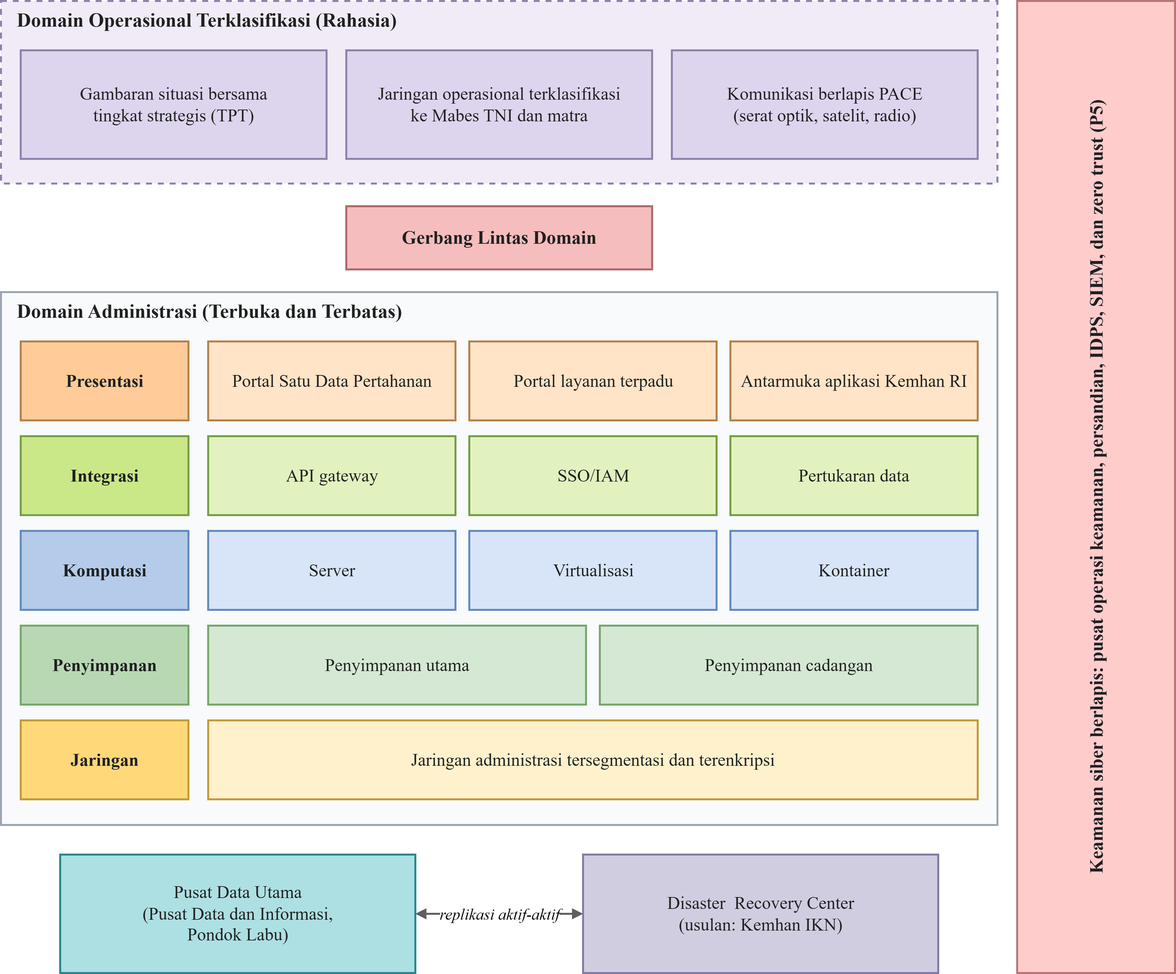
marcelsuanditambing/dera keeps this draw.io diagram as images/Gambar_IV.13_Arsitektur_Teknologi_Target_Berwarna.drawio.png. Above is the earlier version. Source tidied: cells renumbered, new cells last; positions are measured from the earlier drawing's top-left corner, leaving out a move shared by most shapes.
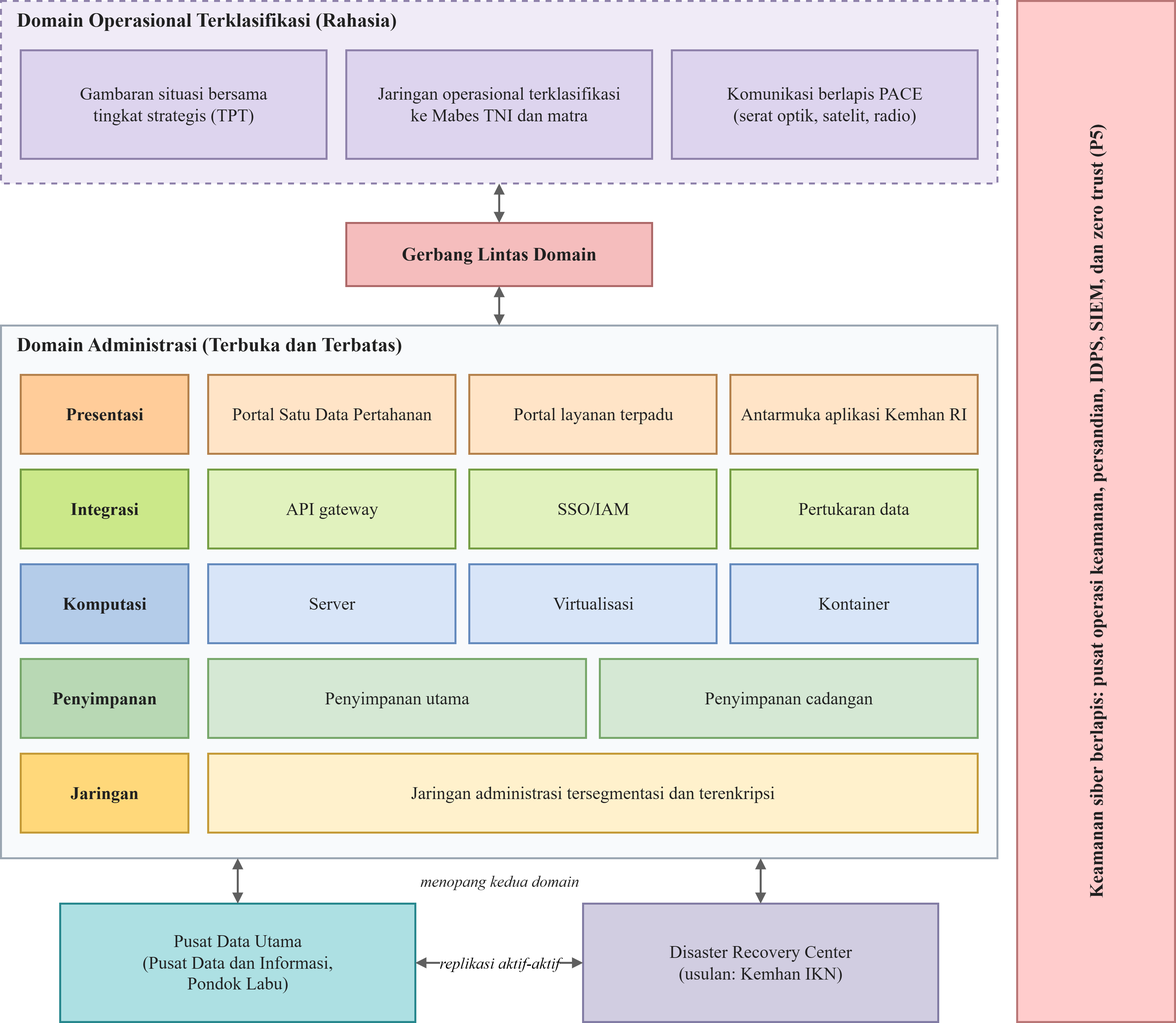
The same file after the commit.

Commit message:
Add Gambar IV.15 Roadmap Arsitektur Berwarna diagram image

What changed in the source:
```diff
@@ -3,19 +3,19 @@
     <mxCell id="0" />
     <mxCell id="1" parent="0" />
     <mxCell id="2" value="Domain Operasional Terklasifikasi (Rahasia)" style="rounded=0;html=1;dashed=1;strokeWidth=2;align=left;verticalAlign=top;spacingLeft=14;fontFamily=Roboto;fontStyle=1;fontSize=20;fillColor=#F0EBF7;strokeColor=#8F82AB;fontColor=#202020;" parent="1" vertex="1">
-      <mxGeometry width="1010" height="185" as="geometry" />
+      <mxGeometry y="-34" width="1010" height="185" as="geometry" />
     </mxCell>
     <mxCell id="3" value="Gambaran situasi bersama&lt;br&gt;tingkat strategis (TPT)" style="rounded=0;whiteSpace=wrap;html=1;strokeWidth=2;fontFamily=Times New Roman;fontSize=18;fillColor=#DDD4EE;strokeColor=#8F82AB;fontColor=#202020;" parent="1" vertex="1">
-      <mxGeometry x="20" y="50" width="310" height="110" as="geometry" />
+      <mxGeometry x="20" y="16" width="310" height="110" as="geometry" />
     </mxCell>
     <mxCell id="4" value="Jaringan operasional terklasifikasi&lt;br&gt;ke Mabes TNI dan matra" style="rounded=0;whiteSpace=wrap;html=1;strokeWidth=2;fontFamily=Times New Roman;fontSize=18;fillColor=#DDD4EE;strokeColor=#8F82AB;fontColor=#202020;" parent="1" vertex="1">
-      <mxGeometry x="350" y="50" width="310" height="110" as="geometry" />
+      <mxGeometry x="350" y="16" width="310" height="110" as="geometry" />
     </mxCell>
     <mxCell id="5" value="Komunikasi berlapis PACE&lt;br&gt;(serat optik, satelit, radio)" style="rounded=0;whiteSpace=wrap;html=1;strokeWidth=2;fontFamily=Times New Roman;fontSize=18;fillColor=#DDD4EE;strokeColor=#8F82AB;fontColor=#202020;" parent="1" vertex="1">
-      <mxGeometry x="680" y="50" width="310" height="110" as="geometry" />
+      <mxGeometry x="680" y="16" width="310" height="110" as="geometry" />
     </mxCell>
     <mxCell id="6" value="Gerbang Lintas Domain" style="rounded=0;whiteSpace=wrap;html=1;strokeWidth=2;fontFamily=Times New Roman;fontSize=19;fontStyle=1;fillColor=#F5BDBD;strokeColor=#AD6868;fontColor=#202020;" parent="1" vertex="1">
-      <mxGeometry x="350" y="208" width="310" height="64" as="geometry" />
+      <mxGeometry x="350" y="191" width="310" height="64" as="geometry" />
     </mxCell>
     <mxCell id="7" value="Domain Administrasi (Terbuka dan Terbatas)" style="rounded=0;html=1;strokeWidth=2;align=left;verticalAlign=top;spacingLeft=14;fontFamily=Roboto;fontStyle=1;fontSize=20;fillColor=#F8FAFC;strokeColor=#9BA6B2;fontColor=#202020;" parent="1" vertex="1">
       <mxGeometry y="295" width="1010" height="540" as="geometry" />
@@ -72,16 +72,31 @@
       <mxGeometry x="210" y="729" width="780" height="80" as="geometry" />
     </mxCell>
     <mxCell id="25" value="Pusat Data Utama&lt;br&gt;(Pusat Data dan Informasi,&lt;br&gt;Pondok Labu)" style="rounded=0;whiteSpace=wrap;html=1;strokeWidth=2;fontFamily=Times New Roman;fontSize=18;fillColor=#ADE0E3;strokeColor=#27878D;fontColor=#202020;" parent="1" vertex="1">
-      <mxGeometry x="60" y="865" width="360" height="120" as="geometry" />
+      <mxGeometry x="60" y="881" width="360" height="120" as="geometry" />
     </mxCell>
-    <mxCell id="26" value="Disaster&amp;nbsp; Recovery Center&lt;br&gt;(usulan: Kemhan IKN)" style="rounded=0;whiteSpace=wrap;html=1;strokeWidth=2;fontFamily=Times New Roman;fontSize=18;fillColor=#D1CDE1;strokeColor=#827CA4;fontColor=#202020;" parent="1" vertex="1">
-      <mxGeometry x="590" y="865" width="360" height="120" as="geometry" />
+    <mxCell id="26" value="Disaster Recovery Center&lt;br&gt;(usulan: Kemhan IKN)" style="rounded=0;whiteSpace=wrap;html=1;strokeWidth=2;fontFamily=Times New Roman;fontSize=18;fillColor=#D1CDE1;strokeColor=#827CA4;fontColor=#202020;" parent="1" vertex="1">
+      <mxGeometry x="590" y="881" width="360" height="120" as="geometry" />
     </mxCell>
     <mxCell id="27" value="replikasi aktif-aktif" style="endArrow=block;startArrow=block;endFill=1;startFill=1;html=1;strokeColor=#5F5F5F;strokeWidth=2;fontFamily=Times New Roman;fontStyle=2;fontSize=16;" parent="1" edge="1" source="25" target="26">
       <mxGeometry relative="1" as="geometry" />
     </mxCell>
     <mxCell id="28" value="Keamanan siber berlapis: pusat operasi keamanan, persandian, IDPS, SIEM, dan zero trust (P5)" style="rounded=0;whiteSpace=wrap;html=1;strokeWidth=2;fontFamily=Times New Roman;fontSize=19;horizontal=0;fontStyle=1;fontFamily=Roboto;fillColor=#FFCCCC;strokeColor=#B97676;fontColor=#202020;" parent="1" vertex="1">
-      <mxGeometry x="1030" width="160" height="985" as="geometry" />
+      <mxGeometry x="1030" y="-34" width="160" height="1035" as="geometry" />
     </mxCell>
+    <mxCell id="29" style="startArrow=block;startFill=1;endArrow=block;endFill=1;html=1;strokeColor=#5F5F5F;strokeWidth=2;exitX=0.5;exitY=1;exitDx=0;exitDy=0;entryX=0.5;entryY=0;entryDx=0;entryDy=0;" parent="1" edge="1" source="2" target="6">
+      <mxGeometry relative="1" as="geometry" />
+    </mxCell>
+    <mxCell id="30" style="startArrow=block;startFill=1;endArrow=block;endFill=1;html=1;strokeColor=#5F5F5F;strokeWidth=2;exitX=0.5;exitY=1;exitDx=0;exitDy=0;entryX=0.5;entryY=0;entryDx=0;entryDy=0;" parent="1" edge="1" source="6" target="7">
+      <mxGeometry relative="1" as="geometry" />
+    </mxCell>
+    <mxCell id="31" style="endArrow=block;endFill=1;html=1;strokeColor=#5F5F5F;strokeWidth=2;exitX=0.5;exitY=0;exitDx=0;exitDy=0;entryX=0.2376;entryY=1;entryDx=0;entryDy=0;startArrow=block;startFill=1;" parent="1" edge="1" source="25" target="7">
+      <mxGeometry relative="1" as="geometry" />
+    </mxCell>
+    <mxCell id="32" style="endArrow=block;endFill=1;html=1;strokeColor=#5F5F5F;strokeWidth=2;exitX=0.5;exitY=0;exitDx=0;exitDy=0;entryX=0.7624;entryY=1;entryDx=0;entryDy=0;startArrow=block;startFill=1;" parent="1" edge="1" source="26" target="7">
+      <mxGeometry relative="1" as="geometry" />
+    </mxCell>
+    <mxCell id="33" value="menopang kedua domain" style="text;html=1;align=center;verticalAlign=middle;fontFamily=Times New Roman;fontSize=16;fontStyle=2;fontColor=#202020;" parent="1" vertex="1">
+      <mxGeometry x="375" y="843" width="260" height="30" as="geometry" />
+    </mxCell>
   </root>
 </mxGraphModel>
```
